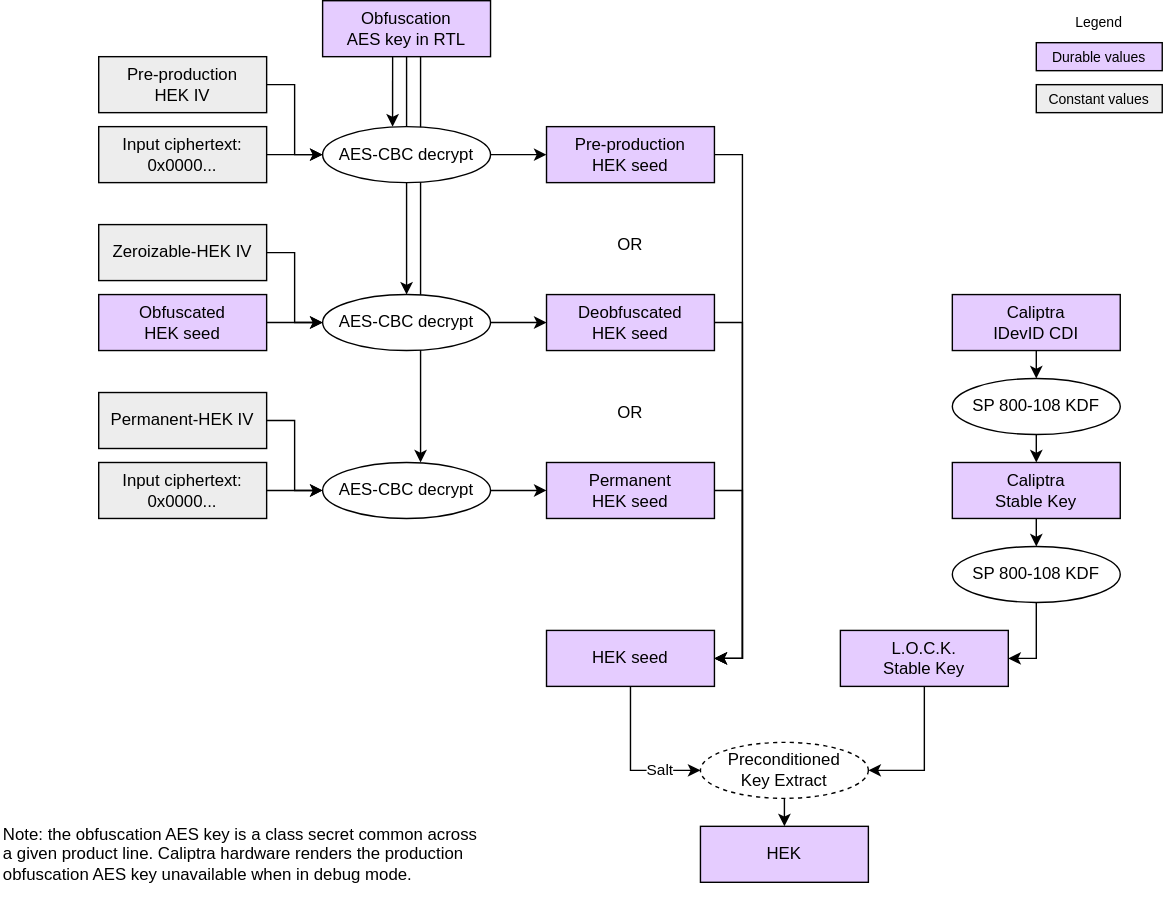
Earlier version of the draw.io export doc/ocp_lock/diagrams/hek_derivation.drawio.svg (chipsalliance/Caliptra). Source tidied: cells renumbered, new cells last; positions are measured from the earlier drawing's top-left corner, leaving out a move shared by most shapes.
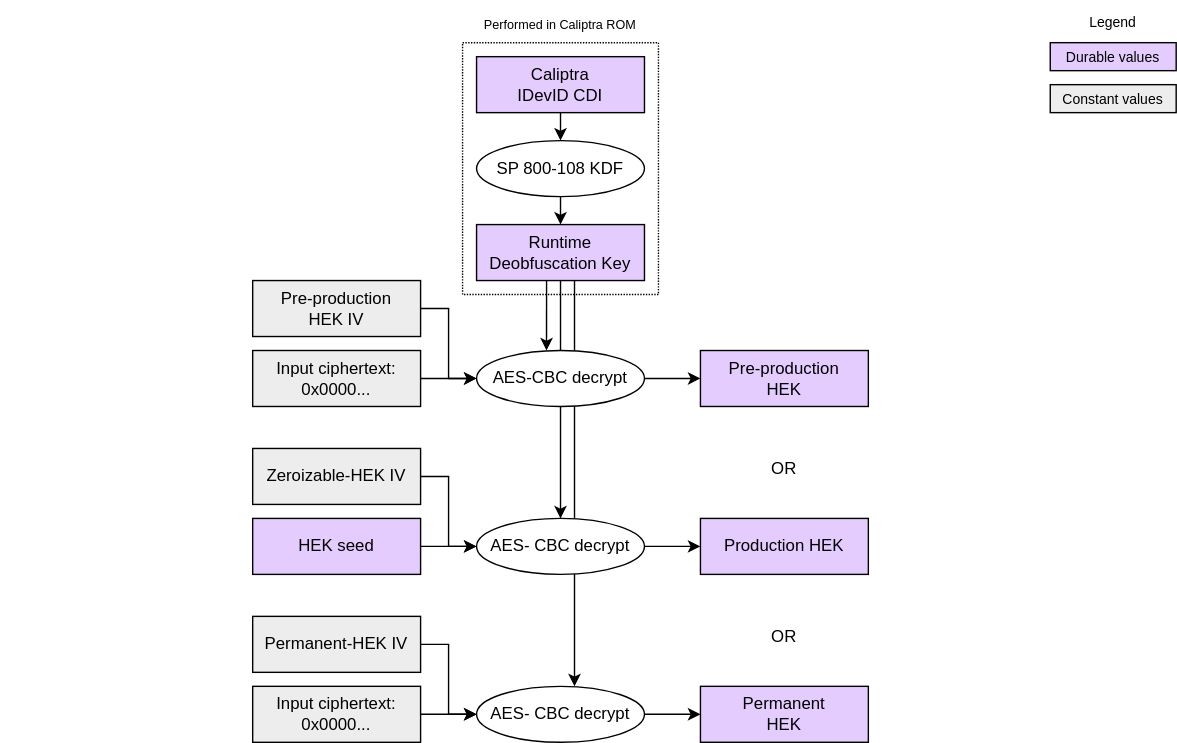
The same diagram one commit later.

Commit message:
Capture latest changes for key derivation flows.

Change to the diagram source:
```diff
@@ -3,17 +3,14 @@
     <mxCell id="0" />
     <mxCell id="1" parent="0" />
     <mxCell id="2" value="&lt;div&gt;&lt;font color=&quot;#000000&quot;&gt;Durable values&lt;/font&gt;&lt;/div&gt;" style="rounded=0;whiteSpace=wrap;html=1;align=center;verticalAlign=middle;shadow=0;glass=0;spacingLeft=0;spacingBottom=0;spacingTop=0;fillColor=#E5CCFF;fontSize=10;" parent="1" vertex="1">
-      <mxGeometry x="740" y="30" width="90" height="20" as="geometry" />
+      <mxGeometry x="640" y="-130" width="90" height="20" as="geometry" />
     </mxCell>
     <mxCell id="3" value="Legend" style="text;strokeColor=none;align=center;fillColor=none;html=1;verticalAlign=middle;whiteSpace=wrap;rounded=0;fontSize=10;" parent="1" vertex="1">
-      <mxGeometry x="755" width="60" height="30" as="geometry" />
+      <mxGeometry x="655" y="-160" width="60" height="30" as="geometry" />
     </mxCell>
     <mxCell id="4" value="&lt;div&gt;&lt;font color=&quot;#000000&quot;&gt;Constant values&lt;/font&gt;&lt;/div&gt;" style="rounded=0;whiteSpace=wrap;html=1;align=center;verticalAlign=middle;shadow=0;glass=0;spacingLeft=0;spacingBottom=0;spacingTop=0;fillColor=#EDEDED;fontSize=10;" parent="1" vertex="1">
-      <mxGeometry x="740" y="60" width="90" height="20" as="geometry" />
+      <mxGeometry x="640" y="-100" width="90" height="20" as="geometry" />
     </mxCell>
-    <mxCell id="5" value="&lt;div&gt;&lt;span style=&quot;background-color: transparent;&quot;&gt;Note: the&lt;/span&gt;&lt;span style=&quot;background-color: transparent;&quot;&gt;&amp;nbsp;obfuscation AES key is a class secret common across a given product line.&amp;nbsp;&lt;/span&gt;&lt;span style=&quot;background-color: transparent;&quot;&gt;Caliptra hardware renders the production obfuscation AES key unavailable when in debug mode.&lt;/span&gt;&lt;/div&gt;" style="text;strokeColor=none;align=left;fillColor=none;html=1;verticalAlign=middle;whiteSpace=wrap;rounded=0;fontSize=12;" parent="1" vertex="1">
-      <mxGeometry y="580" width="350" height="60" as="geometry" />
-    </mxCell>
     <mxCell id="6" value="&lt;div&gt;&lt;font&gt;Input ciphertext:&lt;/font&gt;&lt;/div&gt;&lt;div&gt;&lt;font&gt;0x0000...&lt;/font&gt;&lt;/div&gt;" style="rounded=0;whiteSpace=wrap;html=1;align=center;verticalAlign=middle;shadow=0;glass=0;spacingLeft=0;spacingBottom=0;spacingTop=0;fillColor=#EDEDED;" parent="1" vertex="1">
       <mxGeometry x="70" y="90" width="120" height="40" as="geometry" />
     </mxCell>
@@ -26,7 +23,7 @@
     <mxCell id="9" value="Pre-production&lt;div&gt;HEK&amp;nbsp;&lt;span style=&quot;background-color: transparent;&quot;&gt;IV&lt;/span&gt;&lt;/div&gt;" style="rounded=0;whiteSpace=wrap;html=1;align=center;verticalAlign=middle;shadow=0;glass=0;spacingLeft=0;spacingBottom=0;spacingTop=0;fillColor=#EDEDED;" parent="1" vertex="1">
       <mxGeometry x="70" y="40" width="120" height="40" as="geometry" />
     </mxCell>
-    <mxCell id="10" value="&lt;div&gt;&lt;span style=&quot;background-color: transparent;&quot;&gt;Obfuscated&lt;/span&gt;&lt;/div&gt;&lt;div&gt;&lt;span style=&quot;background-color: transparent;&quot;&gt;HEK seed&lt;/span&gt;&lt;/div&gt;" style="rounded=0;whiteSpace=wrap;html=1;align=center;verticalAlign=middle;shadow=0;glass=0;spacingLeft=0;spacingBottom=0;spacingTop=0;fillColor=#E5CCFF;" parent="1" vertex="1">
+    <mxCell id="10" value="&lt;div&gt;HEK seed&lt;/div&gt;" style="rounded=0;whiteSpace=wrap;html=1;align=center;verticalAlign=middle;shadow=0;glass=0;spacingLeft=0;spacingBottom=0;spacingTop=0;fillColor=#E5CCFF;" parent="1" vertex="1">
       <mxGeometry x="70" y="210" width="120" height="40" as="geometry" />
     </mxCell>
     <mxCell id="11" style="edgeStyle=orthogonalEdgeStyle;endArrow=classic;html=1;rounded=0;endSize=6;startSize=6;exitX=1;exitY=0.5;exitDx=0;exitDy=0;arcSize=20;entryX=0;entryY=0.5;entryDx=0;entryDy=0;" parent="1" edge="1" source="10" target="27">
@@ -41,7 +38,7 @@
     <mxCell id="14" style="edgeStyle=none;html=1;exitX=1;exitY=0.5;exitDx=0;exitDy=0;entryX=0;entryY=0.5;entryDx=0;entryDy=0;" parent="1" edge="1" source="15" target="30">
       <mxGeometry relative="1" as="geometry" />
     </mxCell>
-    <mxCell id="15" value="AES-CBC decrypt" style="ellipse;whiteSpace=wrap;html=1;fillColor=#FFFFFF;" parent="1" vertex="1">
+    <mxCell id="15" value="AES-&lt;span style=&quot;color: rgb(0, 0, 0);&quot;&gt;CBC&lt;/span&gt;&amp;nbsp;decrypt" style="ellipse;whiteSpace=wrap;html=1;fillColor=#FFFFFF;" parent="1" vertex="1">
       <mxGeometry x="230" y="330" width="120" height="40" as="geometry" />
     </mxCell>
     <mxCell id="16" style="edgeStyle=orthogonalEdgeStyle;endArrow=classic;html=1;rounded=0;endSize=6;startSize=6;exitX=1;exitY=0.5;exitDx=0;exitDy=0;arcSize=20;entryX=0;entryY=0.5;entryDx=0;entryDy=0;" parent="1" edge="1" source="19" target="15">
@@ -56,11 +53,14 @@
     <mxCell id="19" value="&lt;div&gt;&lt;font&gt;Input ciphertext:&lt;/font&gt;&lt;/div&gt;&lt;div&gt;&lt;font&gt;0x0000...&lt;/font&gt;&lt;/div&gt;" style="rounded=0;whiteSpace=wrap;html=1;align=center;verticalAlign=middle;shadow=0;glass=0;spacingLeft=0;spacingBottom=0;spacingTop=0;fillColor=#EDEDED;" parent="1" vertex="1">
       <mxGeometry x="70" y="330" width="120" height="40" as="geometry" />
     </mxCell>
-    <mxCell id="20" style="edgeStyle=none;html=1;exitX=0.5;exitY=1;exitDx=0;exitDy=0;entryX=0.5;entryY=0;entryDx=0;entryDy=0;" parent="1" edge="1" source="23" target="27">
-      <mxGeometry relative="1" as="geometry" />
+    <mxCell id="20" style="edgeStyle=none;html=1;exitX=0.5;exitY=1;exitDx=0;exitDy=0;entryX=0.5;entryY=0;entryDx=0;entryDy=0;" parent="1" edge="1" target="27">
+      <mxGeometry relative="1" as="geometry">
+        <mxPoint x="290" y="40" as="sourcePoint" />
+      </mxGeometry>
     </mxCell>
-    <mxCell id="21" style="endArrow=classic;html=1;rounded=0;endSize=6;startSize=6;entryX=0.417;entryY=0;entryDx=0;entryDy=0;entryPerimeter=0;exitX=0.417;exitY=0.75;exitDx=0;exitDy=0;exitPerimeter=0;" parent="1" edge="1" source="23">
+    <mxCell id="21" style="endArrow=classic;html=1;rounded=0;endSize=6;startSize=6;entryX=0.417;entryY=0;entryDx=0;entryDy=0;entryPerimeter=0;exitX=0.417;exitY=0.75;exitDx=0;exitDy=0;exitPerimeter=0;" parent="1" edge="1">
       <mxGeometry relative="1" as="geometry">
+        <mxPoint x="280" y="30" as="sourcePoint" />
         <mxPoint x="280" y="90" as="targetPoint" />
       </mxGeometry>
     </mxCell>
@@ -70,9 +70,6 @@
         <mxPoint x="300" y="330" as="targetPoint" />
       </mxGeometry>
     </mxCell>
-    <mxCell id="23" value="&lt;div&gt;&lt;span style=&quot;background-color: transparent;&quot;&gt;&lt;font color=&quot;#000000&quot;&gt;Obfuscation&lt;/font&gt;&lt;/span&gt;&lt;/div&gt;&lt;div&gt;&lt;span style=&quot;background-color: transparent;&quot;&gt;AES key in RTL&lt;/span&gt;&lt;/div&gt;" style="rounded=0;whiteSpace=wrap;html=1;align=center;verticalAlign=middle;shadow=0;glass=0;spacingLeft=0;spacingBottom=0;spacingTop=0;fillColor=#E5CCFF;" parent="1" vertex="1">
-      <mxGeometry x="230" width="120" height="40" as="geometry" />
-    </mxCell>
     <mxCell id="24" style="edgeStyle=none;html=1;exitX=1;exitY=0.5;exitDx=0;exitDy=0;entryX=0;entryY=0.5;entryDx=0;entryDy=0;" parent="1" edge="1" source="25" target="28">
       <mxGeometry relative="1" as="geometry" />
     </mxCell>
@@ -82,16 +79,16 @@
     <mxCell id="26" style="edgeStyle=none;html=1;exitX=1;exitY=0.5;exitDx=0;exitDy=0;entryX=0;entryY=0.5;entryDx=0;entryDy=0;" parent="1" edge="1" source="27" target="29">
       <mxGeometry relative="1" as="geometry" />
     </mxCell>
-    <mxCell id="27" value="AES-CBC decrypt" style="ellipse;whiteSpace=wrap;html=1;fillColor=#FFFFFF;" parent="1" vertex="1">
+    <mxCell id="27" value="AES-&lt;span style=&quot;color: rgb(0, 0, 0);&quot;&gt;CBC&lt;/span&gt;&amp;nbsp;decrypt" style="ellipse;whiteSpace=wrap;html=1;fillColor=#FFFFFF;" parent="1" vertex="1">
       <mxGeometry x="230" y="210" width="120" height="40" as="geometry" />
     </mxCell>
-    <mxCell id="28" value="&lt;div&gt;&lt;font color=&quot;#000000&quot;&gt;Pre-production&lt;/font&gt;&lt;/div&gt;&lt;div&gt;&lt;font color=&quot;#000000&quot;&gt;HEK seed&lt;/font&gt;&lt;/div&gt;" style="rounded=0;whiteSpace=wrap;html=1;align=center;verticalAlign=middle;shadow=0;glass=0;spacingLeft=0;spacingBottom=0;spacingTop=0;fillColor=#E5CCFF;" parent="1" vertex="1">
+    <mxCell id="28" value="&lt;div&gt;&lt;font color=&quot;#000000&quot;&gt;Pre-production&lt;/font&gt;&lt;/div&gt;&lt;div&gt;&lt;font color=&quot;#000000&quot;&gt;HEK&lt;/font&gt;&lt;/div&gt;" style="rounded=0;whiteSpace=wrap;html=1;align=center;verticalAlign=middle;shadow=0;glass=0;spacingLeft=0;spacingBottom=0;spacingTop=0;fillColor=#E5CCFF;" parent="1" vertex="1">
       <mxGeometry x="390" y="90" width="120" height="40" as="geometry" />
     </mxCell>
-    <mxCell id="29" value="&lt;div&gt;&lt;font color=&quot;#000000&quot;&gt;Deobfuscated&lt;/font&gt;&lt;/div&gt;&lt;div&gt;&lt;font color=&quot;#000000&quot;&gt;HEK seed&lt;/font&gt;&lt;/div&gt;" style="rounded=0;whiteSpace=wrap;html=1;align=center;verticalAlign=middle;shadow=0;glass=0;spacingLeft=0;spacingBottom=0;spacingTop=0;fillColor=#E5CCFF;" parent="1" vertex="1">
+    <mxCell id="29" value="&lt;div&gt;&lt;span style=&quot;background-color: transparent;&quot;&gt;&lt;font color=&quot;#000000&quot;&gt;Production&amp;nbsp;&lt;/font&gt;HEK&lt;/span&gt;&lt;/div&gt;" style="rounded=0;whiteSpace=wrap;html=1;align=center;verticalAlign=middle;shadow=0;glass=0;spacingLeft=0;spacingBottom=0;spacingTop=0;fillColor=#E5CCFF;" parent="1" vertex="1">
       <mxGeometry x="390" y="210" width="120" height="40" as="geometry" />
     </mxCell>
-    <mxCell id="30" value="&lt;div&gt;&lt;font color=&quot;#000000&quot;&gt;Permanent&lt;/font&gt;&lt;/div&gt;&lt;div&gt;&lt;font color=&quot;#000000&quot;&gt;HEK seed&lt;/font&gt;&lt;/div&gt;" style="rounded=0;whiteSpace=wrap;html=1;align=center;verticalAlign=middle;shadow=0;glass=0;spacingLeft=0;spacingBottom=0;spacingTop=0;fillColor=#E5CCFF;" parent="1" vertex="1">
+    <mxCell id="30" value="&lt;div&gt;&lt;font color=&quot;#000000&quot;&gt;Permanent&lt;/font&gt;&lt;/div&gt;&lt;div&gt;&lt;font color=&quot;#000000&quot;&gt;HEK&lt;/font&gt;&lt;/div&gt;" style="rounded=0;whiteSpace=wrap;html=1;align=center;verticalAlign=middle;shadow=0;glass=0;spacingLeft=0;spacingBottom=0;spacingTop=0;fillColor=#E5CCFF;" parent="1" vertex="1">
       <mxGeometry x="390" y="330" width="120" height="40" as="geometry" />
     </mxCell>
     <mxCell id="31" value="OR" style="text;strokeColor=none;align=center;fillColor=none;html=1;verticalAlign=middle;whiteSpace=wrap;rounded=0;" parent="1" vertex="1">
@@ -100,79 +97,29 @@
     <mxCell id="32" value="OR" style="text;strokeColor=none;align=center;fillColor=none;html=1;verticalAlign=middle;whiteSpace=wrap;rounded=0;" parent="1" vertex="1">
       <mxGeometry x="430" y="280" width="40" height="30" as="geometry" />
     </mxCell>
-    <mxCell id="33" style="edgeStyle=orthogonalEdgeStyle;html=1;exitX=0.5;exitY=1;exitDx=0;exitDy=0;entryX=0;entryY=0.5;entryDx=0;entryDy=0;rounded=0;" parent="1" edge="1" source="35" target="40">
-      <mxGeometry relative="1" as="geometry" />
-    </mxCell>
-    <mxCell id="34" value="Salt" style="edgeLabel;html=1;align=center;verticalAlign=middle;" parent="33" vertex="1">
-      <mxGeometry x="0.4" y="-1" relative="1" as="geometry">
-        <mxPoint x="3" y="-2" as="offset" />
-      </mxGeometry>
-    </mxCell>
-    <mxCell id="35" value="&lt;div&gt;&lt;font color=&quot;#000000&quot;&gt;HEK seed&lt;/font&gt;&lt;/div&gt;" style="rounded=0;whiteSpace=wrap;html=1;align=center;verticalAlign=middle;shadow=0;glass=0;spacingLeft=0;spacingBottom=0;spacingTop=0;fillColor=#E5CCFF;" parent="1" vertex="1">
-      <mxGeometry x="390" y="450" width="120" height="40" as="geometry" />
-    </mxCell>
-    <mxCell id="36" style="edgeStyle=orthogonalEdgeStyle;html=1;exitX=1;exitY=0.5;exitDx=0;exitDy=0;entryX=1;entryY=0.5;entryDx=0;entryDy=0;rounded=0;" parent="1" edge="1" source="29" target="35">
-      <mxGeometry relative="1" as="geometry">
-        <Array as="points">
-          <mxPoint x="530" y="230" />
-          <mxPoint x="530" y="470" />
-        </Array>
-      </mxGeometry>
-    </mxCell>
-    <mxCell id="37" style="edgeStyle=orthogonalEdgeStyle;html=1;exitX=1;exitY=0.5;exitDx=0;exitDy=0;entryX=1;entryY=0.5;entryDx=0;entryDy=0;rounded=0;" parent="1" edge="1" source="28" target="35">
-      <mxGeometry relative="1" as="geometry">
-        <Array as="points">
-          <mxPoint x="530" y="110" />
-          <mxPoint x="530" y="470" />
-        </Array>
-      </mxGeometry>
-    </mxCell>
-    <mxCell id="38" style="edgeStyle=orthogonalEdgeStyle;html=1;exitX=1;exitY=0.5;exitDx=0;exitDy=0;entryX=1;entryY=0.5;entryDx=0;entryDy=0;rounded=0;" parent="1" edge="1" source="30" target="35">
-      <mxGeometry relative="1" as="geometry">
-        <Array as="points">
-          <mxPoint x="530" y="350" />
-          <mxPoint x="530" y="470" />
-        </Array>
-      </mxGeometry>
-    </mxCell>
-    <mxCell id="39" style="edgeStyle=none;html=1;exitX=0.5;exitY=1;exitDx=0;exitDy=0;entryX=0.5;entryY=0;entryDx=0;entryDy=0;" parent="1" edge="1" source="40" target="48">
-      <mxGeometry relative="1" as="geometry" />
-    </mxCell>
-    <mxCell id="40" value="Preconditioned&lt;div&gt;Key Extract&lt;/div&gt;" style="ellipse;whiteSpace=wrap;html=1;fillColor=#FFFFFF;dashed=1;" parent="1" vertex="1">
-      <mxGeometry x="500" y="530" width="120" height="40" as="geometry" />
-    </mxCell>
     <mxCell id="41" style="html=1;exitX=0.5;exitY=1;exitDx=0;exitDy=0;entryX=0.5;entryY=0;entryDx=0;entryDy=0;rounded=0;" parent="1" edge="1" source="42" target="44">
       <mxGeometry relative="1" as="geometry" />
     </mxCell>
     <mxCell id="42" value="Caliptra&lt;div&gt;IDevID CDI&lt;/div&gt;" style="rounded=0;whiteSpace=wrap;html=1;align=center;verticalAlign=middle;shadow=0;glass=0;spacingLeft=0;spacingBottom=0;spacingTop=0;fillColor=#E5CCFF;" parent="1" vertex="1">
-      <mxGeometry x="680" y="210" width="120" height="40" as="geometry" />
+      <mxGeometry x="230" y="-120" width="120" height="40" as="geometry" />
     </mxCell>
     <mxCell id="43" style="html=1;exitX=0.5;exitY=1;exitDx=0;exitDy=0;entryX=0.5;entryY=0;entryDx=0;entryDy=0;rounded=0;" parent="1" edge="1" source="44" target="47">
       <mxGeometry relative="1" as="geometry" />
     </mxCell>
     <mxCell id="44" value="SP 800-108 KDF" style="ellipse;whiteSpace=wrap;html=1;fillColor=#FFFFFF;" parent="1" vertex="1">
-      <mxGeometry x="680" y="270" width="120" height="40" as="geometry" />
+      <mxGeometry x="230" y="-60" width="120" height="40" as="geometry" />
     </mxCell>
-    <mxCell id="45" style="edgeStyle=orthogonalEdgeStyle;html=1;exitX=0.5;exitY=1;exitDx=0;exitDy=0;entryX=1;entryY=0.5;entryDx=0;entryDy=0;rounded=0;" parent="1" edge="1" source="51" target="40">
-      <mxGeometry relative="1" as="geometry" />
-    </mxCell>
-    <mxCell id="46" style="edgeStyle=none;html=1;exitX=0.5;exitY=1;exitDx=0;exitDy=0;entryX=0.5;entryY=0;entryDx=0;entryDy=0;" parent="1" edge="1" source="47" target="50">
-      <mxGeometry relative="1" as="geometry" />
-    </mxCell>
-    <mxCell id="47" value="Caliptra&lt;div&gt;Stable Key&lt;/div&gt;" style="rounded=0;whiteSpace=wrap;html=1;align=center;verticalAlign=middle;shadow=0;glass=0;spacingLeft=0;spacingBottom=0;spacingTop=0;fillColor=#E5CCFF;" parent="1" vertex="1">
-      <mxGeometry x="680" y="330" width="120" height="40" as="geometry" />
+    <mxCell id="47" value="Runtime Deobfuscation Key" style="rounded=0;whiteSpace=wrap;html=1;align=center;verticalAlign=middle;shadow=0;glass=0;spacingLeft=0;spacingBottom=0;spacingTop=0;fillColor=#E5CCFF;" parent="1" vertex="1">
+      <mxGeometry x="230" width="120" height="40" as="geometry" />
     </mxCell>
-    <mxCell id="48" value="&lt;div&gt;&lt;font color=&quot;#000000&quot;&gt;HEK&lt;/font&gt;&lt;/div&gt;" style="rounded=0;whiteSpace=wrap;html=1;align=center;verticalAlign=middle;shadow=0;glass=0;spacingLeft=0;spacingBottom=0;spacingTop=0;fillColor=#E5CCFF;" parent="1" vertex="1">
-      <mxGeometry x="500" y="590" width="120" height="40" as="geometry" />
-    </mxCell>
-    <mxCell id="49" style="html=1;exitX=0.5;exitY=1;exitDx=0;exitDy=0;entryX=1;entryY=0.5;entryDx=0;entryDy=0;rounded=0;edgeStyle=orthogonalEdgeStyle;" parent="1" edge="1" source="50" target="51">
-      <mxGeometry relative="1" as="geometry" />
-    </mxCell>
-    <mxCell id="50" value="SP 800-108 KDF" style="ellipse;whiteSpace=wrap;html=1;fillColor=#FFFFFF;" parent="1" vertex="1">
-      <mxGeometry x="680" y="390" width="120" height="40" as="geometry" />
-    </mxCell>
-    <mxCell id="51" value="L.O.C.K.&lt;div&gt;Stable Key&lt;/div&gt;" style="rounded=0;whiteSpace=wrap;html=1;align=center;verticalAlign=middle;shadow=0;glass=0;spacingLeft=0;spacingBottom=0;spacingTop=0;fillColor=#E5CCFF;" parent="1" vertex="1">
-      <mxGeometry x="600" y="450" width="120" height="40" as="geometry" />
-    </mxCell>
+    <mxCell id="34" style="rounded=0;whiteSpace=wrap;html=1;align=center;verticalAlign=middle;shadow=0;glass=0;spacingLeft=0;spacingBottom=0;spacingTop=0;fillColor=#FFFFFF;fontSize=10;strokeColor=#FFFFFF;" parent="1" vertex="1">
+      <mxGeometry x="-110" y="-130" width="90" height="20" as="geometry" />
+    </mxCell>
+    <mxCell id="52" style="rounded=0;whiteSpace=wrap;html=1;align=center;verticalAlign=middle;shadow=0;glass=0;spacingLeft=0;spacingBottom=0;spacingTop=0;fillColor=none;dashed=1;dashPattern=1 1;" parent="1" vertex="1">
+      <mxGeometry x="220" y="-130" width="140" height="180" as="geometry" />
+    </mxCell>
+    <mxCell id="53" value="Performed in Caliptra ROM" style="rounded=0;whiteSpace=wrap;html=1;fillColor=none;dashed=1;strokeColor=none;horizontal=1;verticalAlign=middle;dashPattern=1 2;spacingBottom=0;fontSize=9;align=center;" parent="1" vertex="1">
+      <mxGeometry x="220" y="-152" width="140" height="20" as="geometry" />
+    </mxCell>
   </root>
 </mxGraphModel>
```
